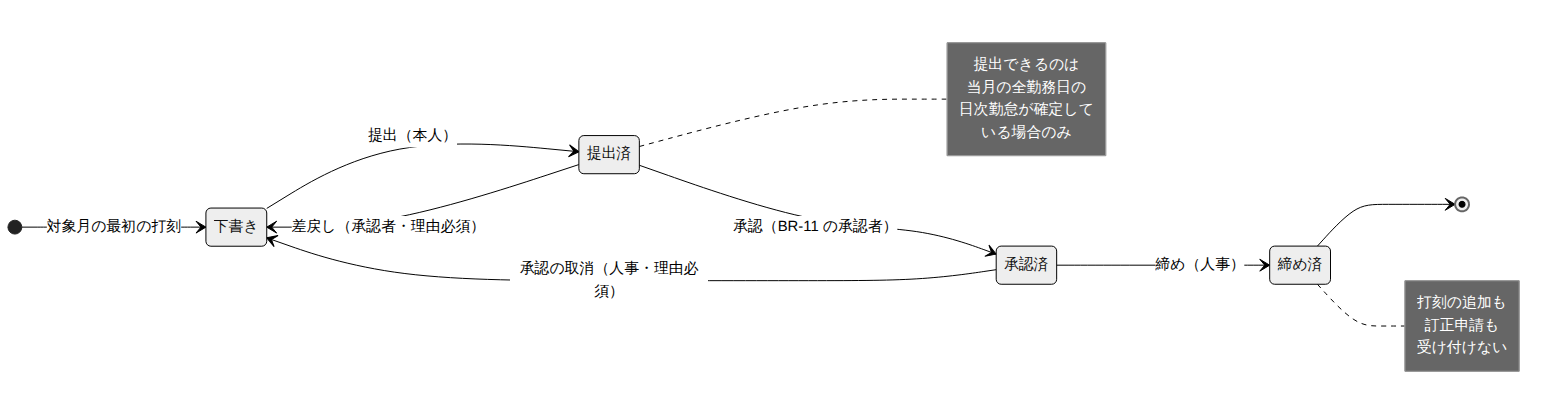
Earlier version of the Mermaid export doc/02_詳細設計/05_申請承認と締め/images/月次勤怠の状態遷移.png (masaki-i02/newJavaProject). Its source is kept beside it as doc/02_詳細設計/05_申請承認と締め/diagrams/月次勤怠の状態遷移.mmd.
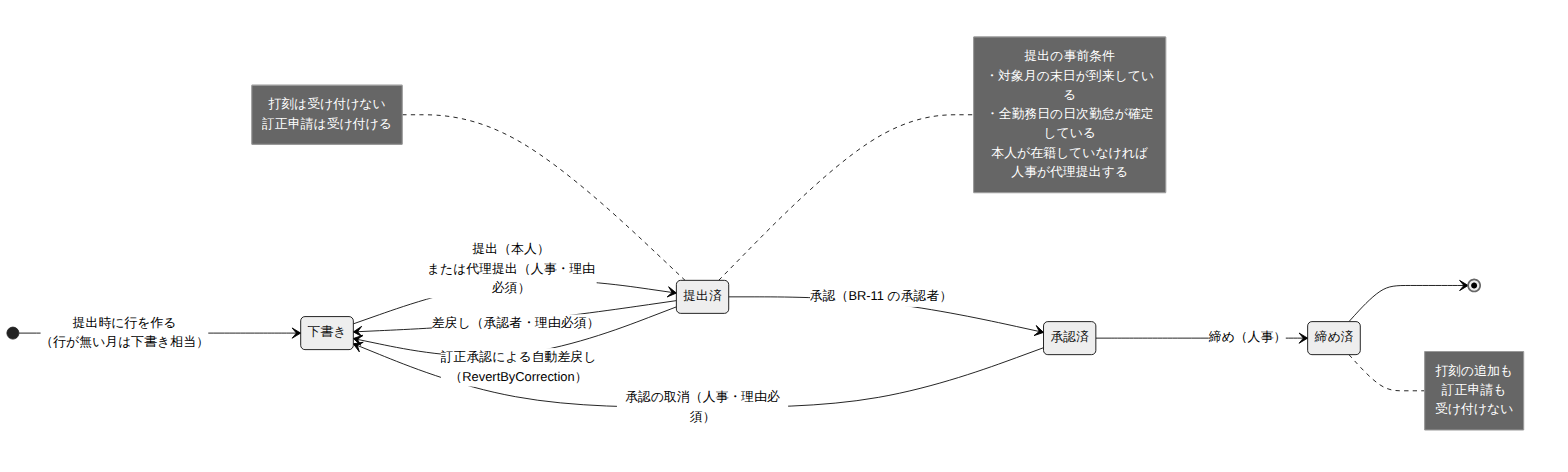
Above is the later version.

What changed in the source:
```diff
@@ -1,19 +1,26 @@
 stateDiagram-v2
     direction LR
-    [*] --> 下書き : 対象月の最初の打刻
+    [*] --> 下書き : 提出時に行を作る<br/>（行が無い月は下書き相当）
 
-    下書き --> 提出済 : 提出（本人）
+    下書き --> 提出済 : 提出（本人）<br/>または代理提出（人事・理由必須）
     提出済 --> 承認済 : 承認（BR-11 の承認者）
     提出済 --> 下書き : 差戻し（承認者・理由必須）
+    提出済 --> 下書き : 訂正承認による自動差戻し<br/>（RevertByCorrection）
     承認済 --> 締め済 : 締め（人事）
     承認済 --> 下書き : 承認の取消（人事・理由必須）
     締め済 --> [*]
 
     note right of 提出済
-        提出できるのは
-        当月の全勤務日の
-        日次勤怠が確定して
-        いる場合のみ
+        提出の事前条件
+        ・対象月の末日が到来している
+        ・全勤務日の日次勤怠が確定している
+        本人が在籍していなければ
+        人事が代理提出する
+    end note
+
+    note left of 提出済
+        打刻は受け付けない
+        訂正申請は受け付ける
     end note
 
     note right of 締め済
```
